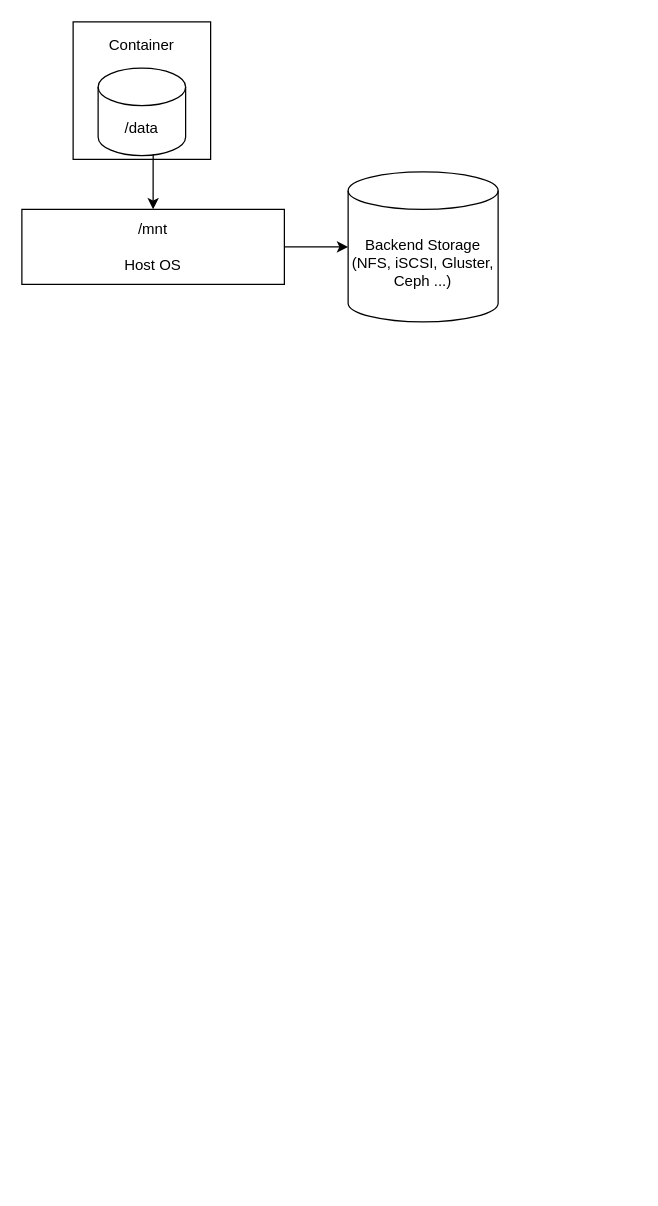
This is qemu-tcmu.drawio from rickywoo/dadi.github.io, a draw.io file, before an edit. Source tidied: cells renumbered, new cells numbered last; positions are measured from the earlier drawing's top-left corner, leaving out a move shared by most shapes. Both pictures are drawn from the tidied source at 125%, with x=0, y=0 at pixel (21, 21).
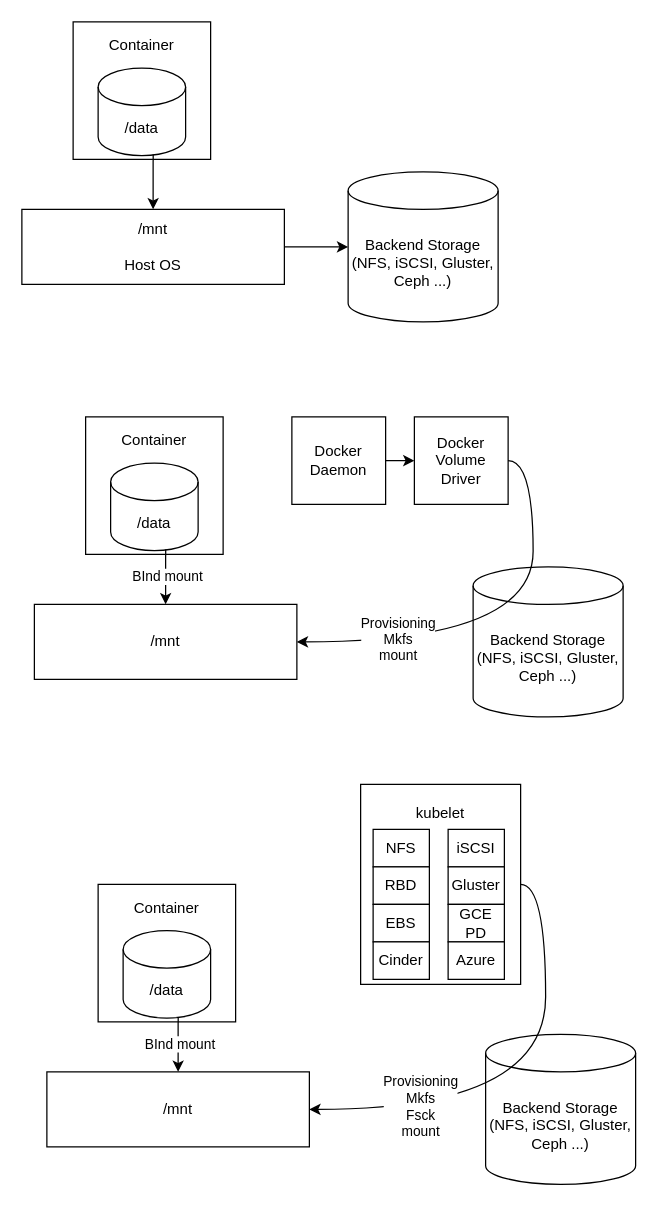
After the change.

Diff of the diagram source:
```diff
@@
+    <mxCell id="8" value="Container&lt;br&gt;&lt;br&gt;&lt;br&gt;&lt;br&gt;&lt;br&gt;&lt;br&gt;" style="whiteSpace=wrap;html=1;" parent="1" vertex="1">
+      <mxGeometry x="51" y="316" width="110" height="110" as="geometry" />
+    </mxCell>
+    <mxCell id="9" value="/data" style="shape=cylinder3;whiteSpace=wrap;html=1;boundedLbl=1;backgroundOutline=1;size=15;" parent="1" vertex="1">
+      <mxGeometry x="71" y="353" width="70" height="70" as="geometry" />
+    </mxCell>
+    <mxCell id="10" value="/mnt" style="rounded=0;whiteSpace=wrap;html=1;" parent="1" vertex="1">
+      <mxGeometry x="10" y="466" width="210" height="60" as="geometry" />
+    </mxCell>
+    <mxCell id="11" value="Backend Storage&lt;br&gt;(NFS, iSCSI, Gluster, Ceph ...)" style="shape=cylinder3;whiteSpace=wrap;html=1;boundedLbl=1;backgroundOutline=1;size=15;" parent="1" vertex="1">
+      <mxGeometry x="361" y="436" width="120" height="120" as="geometry" />
+    </mxCell>
+    <mxCell id="12" value="&amp;nbsp;BInd mount" style="endArrow=classic;html=1;rounded=0;exitX=0.629;exitY=0.986;exitDx=0;exitDy=0;exitPerimeter=0;" parent="1" edge="1" source="9" target="10">
+      <mxGeometry relative="1" as="geometry" />
+    </mxCell>
+    <mxCell id="13" value="Docker &lt;br&gt;Daemon" style="rounded=0;whiteSpace=wrap;html=1;" parent="1" vertex="1">
+      <mxGeometry x="216" y="316" width="75" height="70" as="geometry" />
+    </mxCell>
+    <mxCell id="14" value="Docker &lt;br&gt;Volume Driver" style="rounded=0;whiteSpace=wrap;html=1;" parent="1" vertex="1">
+      <mxGeometry x="314" y="316" width="75" height="70" as="geometry" />
+    </mxCell>
+    <mxCell id="15" style="endArrow=classic;html=1;rounded=0;exitX=1;exitY=0.5;exitDx=0;exitDy=0;entryX=0;entryY=0.5;entryDx=0;entryDy=0;" parent="1" edge="1" source="13" target="14">
+      <mxGeometry relative="1" as="geometry" />
+    </mxCell>
+    <mxCell id="16" value="Container&lt;br&gt;&lt;br&gt;&lt;br&gt;&lt;br&gt;&lt;br&gt;&lt;br&gt;" style="whiteSpace=wrap;html=1;" parent="1" vertex="1">
+      <mxGeometry x="61" y="690" width="110" height="110" as="geometry" />
+    </mxCell>
+    <mxCell id="17" value="/data" style="shape=cylinder3;whiteSpace=wrap;html=1;boundedLbl=1;backgroundOutline=1;size=15;" parent="1" vertex="1">
+      <mxGeometry x="81" y="727" width="70" height="70" as="geometry" />
+    </mxCell>
+    <mxCell id="18" value="/mnt" style="rounded=0;whiteSpace=wrap;html=1;" parent="1" vertex="1">
+      <mxGeometry x="20" y="840" width="210" height="60" as="geometry" />
+    </mxCell>
+    <mxCell id="19" value="Backend Storage&lt;br&gt;(NFS, iSCSI, Gluster, Ceph ...)" style="shape=cylinder3;whiteSpace=wrap;html=1;boundedLbl=1;backgroundOutline=1;size=15;" parent="1" vertex="1">
+      <mxGeometry x="371" y="810" width="120" height="120" as="geometry" />
+    </mxCell>
+    <mxCell id="20" value="&amp;nbsp;BInd mount" style="endArrow=classic;html=1;rounded=0;exitX=0.629;exitY=0.986;exitDx=0;exitDy=0;exitPerimeter=0;" parent="1" edge="1" source="17" target="18">
+      <mxGeometry relative="1" as="geometry" />
+    </mxCell>
+    <mxCell id="21" value="kubelet&lt;br&gt;&lt;br&gt;&lt;br&gt;&lt;br&gt;&lt;br&gt;&lt;br&gt;&lt;br&gt;&lt;br&gt;&lt;br&gt;" style="rounded=0;whiteSpace=wrap;html=1;" parent="1" vertex="1">
+      <mxGeometry x="271" y="610" width="128" height="160" as="geometry" />
+    </mxCell>
+    <mxCell id="22" style="edgeStyle=orthogonalEdgeStyle;rounded=0;jettySize=auto;html=1;exitX=1;exitY=0.5;exitDx=0;exitDy=0;entryX=1;entryY=0.5;entryDx=0;entryDy=0;curved=1;sketch=0;" parent="1" edge="1" source="14" target="10">
+      <mxGeometry relative="1" as="geometry" />
+    </mxCell>
+    <mxCell id="23" value="Provisioning&lt;br&gt;Mkfs&lt;br&gt;mount" style="edgeLabel;html=1;align=center;verticalAlign=middle;" parent="22" vertex="1">
+      <mxGeometry x="0.55" y="-3" relative="1" as="geometry" />
+    </mxCell>
+    <mxCell id="24" style="edgeStyle=orthogonalEdgeStyle;rounded=0;jettySize=auto;html=1;exitX=1;exitY=0.5;exitDx=0;exitDy=0;entryX=1;entryY=0.5;entryDx=0;entryDy=0;curved=1;" parent="1" edge="1" source="21" target="18">
+      <mxGeometry relative="1" as="geometry" />
+    </mxCell>
+    <mxCell id="25" value="Provisioning&lt;br&gt;Mkfs&lt;br&gt;Fsck&lt;br&gt;mount" style="edgeLabel;html=1;align=center;verticalAlign=middle;" parent="24" vertex="1">
+      <mxGeometry x="0.55" y="-3" relative="1" as="geometry" />
+    </mxCell>
+    <mxCell id="26" style="group;" parent="1" vertex="1">
+      <mxGeometry x="281" y="646" width="45" height="120" as="geometry" />
+    </mxCell>
+    <mxCell id="27" value="NFS" style="rounded=0;whiteSpace=wrap;html=1;" parent="26" vertex="1">
+      <mxGeometry width="45" height="30" as="geometry" />
+    </mxCell>
+    <mxCell id="28" value="RBD" style="rounded=0;whiteSpace=wrap;html=1;" parent="26" vertex="1">
+      <mxGeometry y="30" width="45" height="30" as="geometry" />
+    </mxCell>
+    <mxCell id="29" value="EBS" style="rounded=0;whiteSpace=wrap;html=1;" parent="26" vertex="1">
+      <mxGeometry y="60" width="45" height="30" as="geometry" />
+    </mxCell>
+    <mxCell id="30" value="Cinder" style="rounded=0;whiteSpace=wrap;html=1;" parent="26" vertex="1">
+      <mxGeometry y="90" width="45" height="30" as="geometry" />
+    </mxCell>
+    <mxCell id="31" style="group;" parent="1" vertex="1">
+      <mxGeometry x="341" y="646" width="45" height="120" as="geometry" />
+    </mxCell>
+    <mxCell id="32" value="iSCSI" style="rounded=0;whiteSpace=wrap;html=1;" parent="31" vertex="1">
+      <mxGeometry width="45" height="30" as="geometry" />
+    </mxCell>
+    <mxCell id="33" value="Gluster" style="rounded=0;whiteSpace=wrap;html=1;" parent="31" vertex="1">
+      <mxGeometry y="30" width="45" height="30" as="geometry" />
+    </mxCell>
+    <mxCell id="34" value="GCE&lt;br&gt;PD" style="rounded=0;whiteSpace=wrap;html=1;" parent="31" vertex="1">
+      <mxGeometry y="60" width="45" height="30" as="geometry" />
+    </mxCell>
+    <mxCell id="35" value="Azure" style="rounded=0;whiteSpace=wrap;html=1;" parent="31" vertex="1">
+      <mxGeometry y="90" width="45" height="30" as="geometry" />
+    </mxCell>
```
